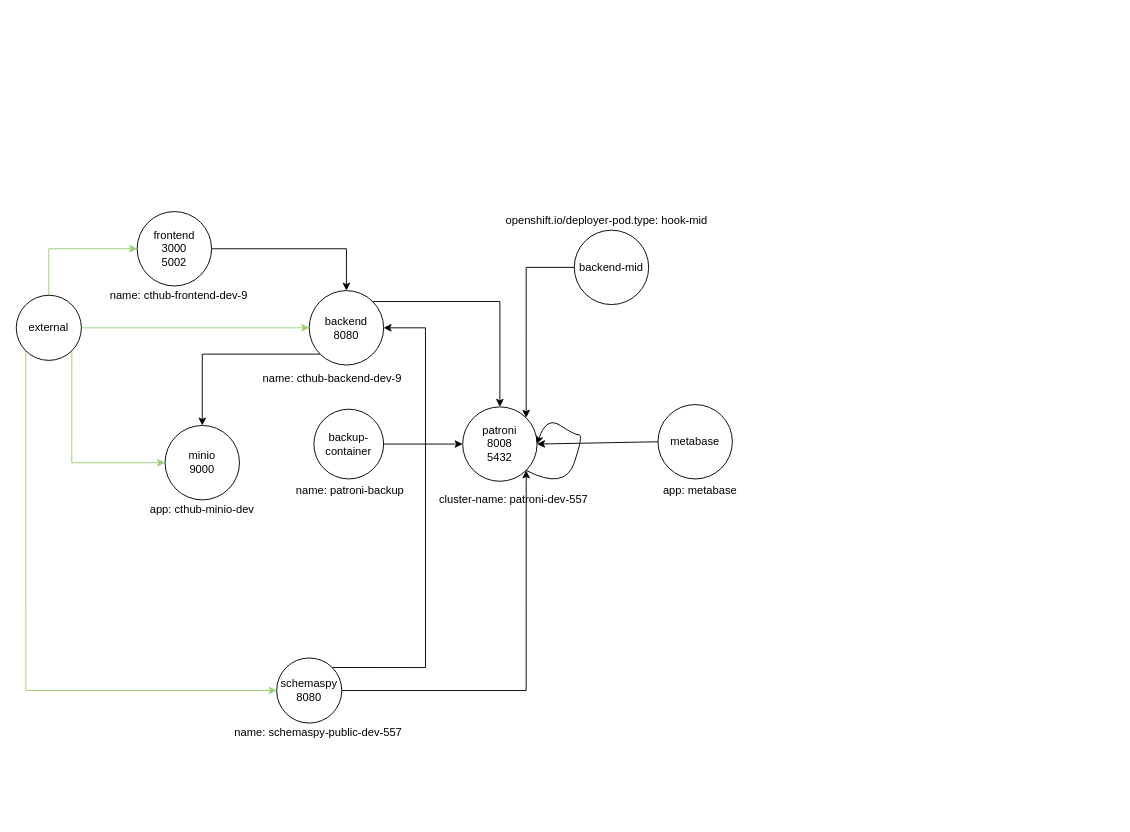
Above: openshift/templates/knp/knp-diagram.drawio in bcgov/cthub (draw.io), before the change. Source tidied: cells renumbered, new cells numbered last; positions are measured from the earlier drawing's top-left corner, leaving out a move shared by most shapes. Both pictures are drawn from the tidied source at 93%, with x=0, y=0 at pixel (16, 211).
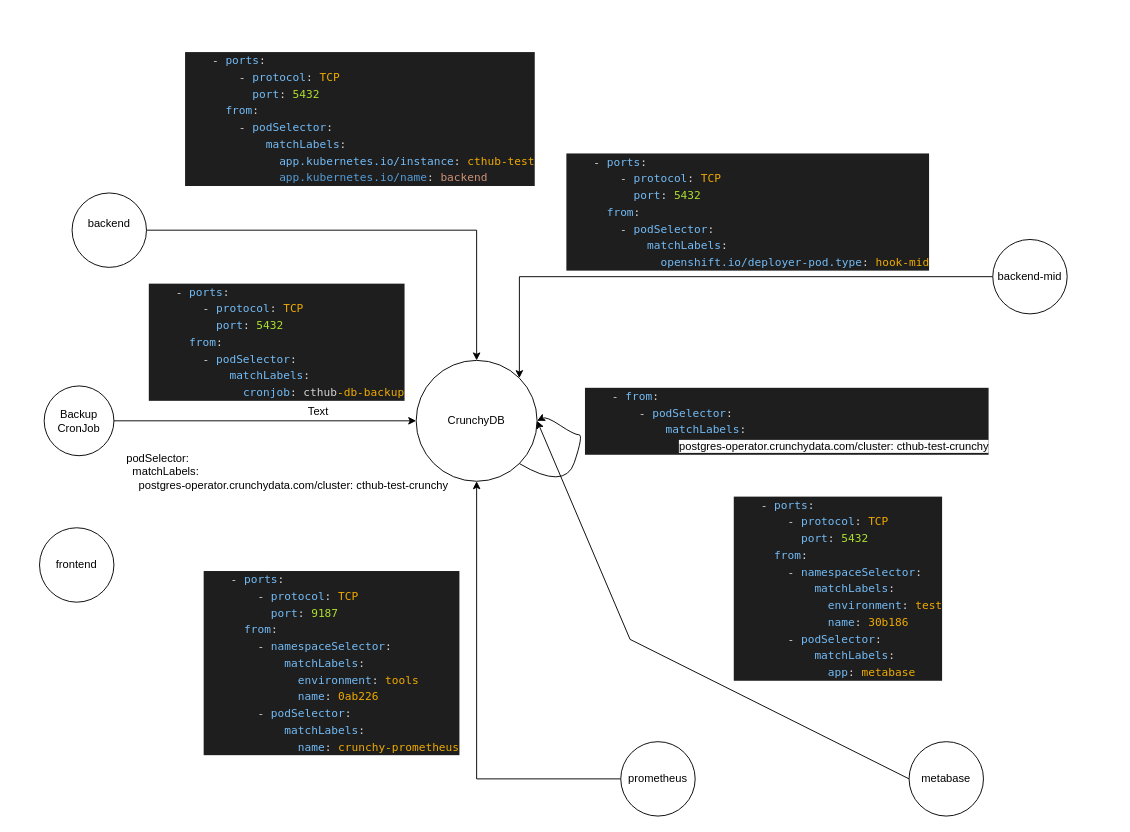
The same page after the edit.

Diff of the diagram source:
```diff
@@
-    <mxCell id="2" style="edgeStyle=orthogonalEdgeStyle;rounded=0;jettySize=auto;html=1;exitX=1;exitY=0.5;exitDx=0;exitDy=0;strokeColor=#010103;" parent="1" edge="1" source="3" target="6">
-      <mxGeometry relative="1" as="geometry" />
-    </mxCell>
-    <mxCell id="3" value="frontend&lt;br&gt;3000&lt;br&gt;5002" style="ellipse;whiteSpace=wrap;html=1;" parent="1" vertex="1">
-      <mxGeometry x="130" width="80" height="80" as="geometry" />
+    <mxCell id="3" value="frontend" style="ellipse;whiteSpace=wrap;html=1;" parent="1" vertex="1">
+      <mxGeometry x="25" y="340" width="80" height="80" as="geometry" />
     </mxCell>
-    <mxCell id="4" style="edgeStyle=orthogonalEdgeStyle;rounded=0;jettySize=auto;html=1;exitX=0;exitY=1;exitDx=0;exitDy=0;strokeColor=#010103;" parent="1" edge="1" source="6" target="11">
-      <mxGeometry relative="1" as="geometry" />
-    </mxCell>
-    <mxCell id="5" style="edgeStyle=orthogonalEdgeStyle;rounded=0;jettySize=auto;html=1;exitX=1;exitY=0;exitDx=0;exitDy=0;strokeColor=#010103;" parent="1" edge="1" source="6" target="7">
+    <mxCell id="5" style="edgeStyle=orthogonalEdgeStyle;rounded=0;jettySize=auto;html=1;exitX=1;exitY=0.5;exitDx=0;exitDy=0;strokeColor=#010103;" parent="1" edge="1" source="6" target="7">
       <mxGeometry relative="1" as="geometry" />
     </mxCell>
-    <mxCell id="6" value="backend&lt;br&gt;8080" style="ellipse;whiteSpace=wrap;html=1;" parent="1" vertex="1">
-      <mxGeometry x="315" y="85" width="80" height="80" as="geometry" />
+    <mxCell id="6" value="backend&lt;div&gt;&lt;br/&gt;&lt;/div&gt;" style="ellipse;whiteSpace=wrap;html=1;" parent="1" vertex="1">
+      <mxGeometry x="60" y="-20" width="80" height="80" as="geometry" />
     </mxCell>
-    <mxCell id="7" value="patroni&lt;br&gt;8008&lt;br&gt;5432" style="ellipse;whiteSpace=wrap;html=1;" parent="1" vertex="1">
-      <mxGeometry x="480" y="210" width="80" height="80" as="geometry" />
+    <mxCell id="7" value="CrunchyDB" style="ellipse;whiteSpace=wrap;html=1;" parent="1" vertex="1">
+      <mxGeometry x="430" y="160" width="130" height="130" as="geometry" />
     </mxCell>
@@
-    <mxCell id="9" style="edgeStyle=orthogonalEdgeStyle;rounded=0;jettySize=auto;html=1;exitX=1;exitY=0;exitDx=0;exitDy=0;entryX=1;entryY=0.5;entryDx=0;entryDy=0;" parent="1" edge="1" source="21" target="6">
-      <mxGeometry relative="1" as="geometry">
-        <Array as="points">
-          <mxPoint x="440" y="490" />
-          <mxPoint x="440" y="125" />
-        </Array>
-      </mxGeometry>
-    </mxCell>
-    <mxCell id="10" value="backup-container" style="ellipse;whiteSpace=wrap;html=1;" parent="1" vertex="1">
-      <mxGeometry x="320" y="212.5" width="75" height="75" as="geometry" />
+    <mxCell id="10" value="Backup CronJob" style="ellipse;whiteSpace=wrap;html=1;" parent="1" vertex="1">
+      <mxGeometry x="30" y="187.5" width="75" height="75" as="geometry" />
     </mxCell>
-    <mxCell id="11" value="minio&lt;br&gt;9000" style="ellipse;whiteSpace=wrap;html=1;" parent="1" vertex="1">
-      <mxGeometry x="160" y="230" width="80" height="80" as="geometry" />
-    </mxCell>
-    <mxCell id="12" style="edgeStyle=orthogonalEdgeStyle;rounded=0;jettySize=auto;html=1;entryX=0;entryY=0.5;entryDx=0;entryDy=0;strokeColor=#97D077;" parent="1" edge="1" source="16" target="6">
-      <mxGeometry relative="1" as="geometry" />
-    </mxCell>
-    <mxCell id="13" style="edgeStyle=orthogonalEdgeStyle;rounded=0;jettySize=auto;html=1;exitX=1;exitY=1;exitDx=0;exitDy=0;entryX=0;entryY=0.5;entryDx=0;entryDy=0;strokeColor=#97D077;" parent="1" edge="1" source="16" target="11">
-      <mxGeometry relative="1" as="geometry">
-        <Array as="points">
-          <mxPoint x="60" y="270" />
-        </Array>
-      </mxGeometry>
-    </mxCell>
-    <mxCell id="14" style="edgeStyle=orthogonalEdgeStyle;rounded=0;jettySize=auto;html=1;exitX=0;exitY=1;exitDx=0;exitDy=0;entryX=0;entryY=0.5;entryDx=0;entryDy=0;strokeColor=#97D077;" parent="1" edge="1" source="16" target="21">
-      <mxGeometry relative="1" as="geometry">
-        <Array as="points">
-          <mxPoint x="10" y="515" />
-        </Array>
-      </mxGeometry>
-    </mxCell>
-    <mxCell id="15" style="edgeStyle=orthogonalEdgeStyle;rounded=0;jettySize=auto;html=1;entryX=0;entryY=0.5;entryDx=0;entryDy=0;strokeColor=#97D077;" parent="1" edge="1" source="16" target="3">
-      <mxGeometry relative="1" as="geometry">
-        <Array as="points">
-          <mxPoint x="35" y="40" />
-        </Array>
-      </mxGeometry>
-    </mxCell>
-    <mxCell id="16" value="external" style="ellipse;whiteSpace=wrap;html=1;" parent="1" vertex="1">
-      <mxGeometry y="90" width="70" height="70" as="geometry" />
-    </mxCell>
@@
     <mxCell id="19" value="backend-mid" style="ellipse;whiteSpace=wrap;html=1;" parent="1" vertex="1">
-      <mxGeometry x="600" y="20" width="80" height="80" as="geometry" />
+      <mxGeometry x="1050" y="30" width="80" height="80" as="geometry" />
     </mxCell>
-    <mxCell id="20" style="edgeStyle=orthogonalEdgeStyle;rounded=0;jettySize=auto;html=1;entryX=1;entryY=1;entryDx=0;entryDy=0;strokeColor=#010103;" parent="1" edge="1" source="21" target="7">
-      <mxGeometry relative="1" as="geometry" />
-    </mxCell>
-    <mxCell id="21" value="schemaspy&lt;br&gt;8080" style="ellipse;whiteSpace=wrap;html=1;" parent="1" vertex="1">
-      <mxGeometry x="280" y="480" width="70" height="70" as="geometry" />
-    </mxCell>
-    <mxCell id="22" value="app: cthub-minio-dev" style="text;html=1;strokeColor=none;fillColor=none;align=center;verticalAlign=middle;whiteSpace=wrap;rounded=0;" parent="1" vertex="1">
-      <mxGeometry x="125" y="310" width="150" height="22.5" as="geometry" />
-    </mxCell>
-    <mxCell id="23" value="name: cthub-backend-dev-9" style="text;html=1;strokeColor=none;fillColor=none;align=center;verticalAlign=middle;whiteSpace=wrap;rounded=0;" parent="1" vertex="1">
-      <mxGeometry x="250" y="170" width="180" height="20" as="geometry" />
-    </mxCell>
-    <mxCell id="24" value="cluster-name: patroni-dev-557" style="text;html=1;strokeColor=none;fillColor=none;align=center;verticalAlign=middle;whiteSpace=wrap;rounded=0;" parent="1" vertex="1">
-      <mxGeometry x="450" y="300" width="170" height="20" as="geometry" />
-    </mxCell>
-    <mxCell id="25" value="&amp;nbsp;name: patroni-backup" style="text;html=1;strokeColor=none;fillColor=none;align=center;verticalAlign=middle;whiteSpace=wrap;rounded=0;" parent="1" vertex="1">
-      <mxGeometry x="290" y="290" width="135" height="20" as="geometry" />
-    </mxCell>
-    <mxCell id="26" value="name: schemaspy-public-dev-557" style="text;html=1;strokeColor=none;fillColor=none;align=center;verticalAlign=middle;whiteSpace=wrap;rounded=0;" parent="1" vertex="1">
-      <mxGeometry x="230" y="550" width="190" height="20" as="geometry" />
-    </mxCell>
-    <mxCell id="27" value="name: cthub-frontend-dev-9" style="text;html=1;strokeColor=none;fillColor=none;align=center;verticalAlign=middle;whiteSpace=wrap;rounded=0;" parent="1" vertex="1">
-      <mxGeometry x="90" y="80" width="170" height="20" as="geometry" />
-    </mxCell>
-    <mxCell id="28" value="openshift.io/deployer-pod.type: hook-mid" style="text;html=1;strokeColor=none;fillColor=none;align=center;verticalAlign=middle;whiteSpace=wrap;rounded=0;" parent="1" vertex="1">
-      <mxGeometry x="520" width="230" height="20" as="geometry" />
-    </mxCell>
     <mxCell id="29" value="metabase" style="ellipse;whiteSpace=wrap;html=1;" parent="1" vertex="1">
-      <mxGeometry x="690" y="207.5" width="80" height="80" as="geometry" />
+      <mxGeometry x="960" y="570" width="80" height="80" as="geometry" />
     </mxCell>
     <mxCell id="30" style="endArrow=classic;html=1;rounded=0;exitX=0;exitY=0.5;exitDx=0;exitDy=0;entryX=1;entryY=0.5;entryDx=0;entryDy=0;" parent="1" edge="1" source="29" target="7">
-      <mxGeometry relative="1" as="geometry" />
+      <mxGeometry relative="1" as="geometry">
+        <Array as="points">
+          <mxPoint x="660" y="460" />
+        </Array>
+      </mxGeometry>
     </mxCell>
-    <mxCell id="31" value="app: metabase" style="text;html=1;align=center;verticalAlign=middle;strokeColor=none;fillColor=none;" parent="1" vertex="1">
-      <mxGeometry x="690" y="290" width="90" height="20" as="geometry" />
-    </mxCell>
+    <mxCell id="32" style="edgeStyle=orthogonalEdgeStyle;rounded=0;jettySize=auto;html=1;exitX=0;exitY=0.5;exitDx=0;exitDy=0;entryX=0.5;entryY=1;entryDx=0;entryDy=0;" parent="1" edge="1" source="33" target="7">
+      <mxGeometry relative="1" as="geometry" />
+    </mxCell>
+    <mxCell id="33" value="prometheus" style="ellipse;whiteSpace=wrap;html=1;" parent="1" vertex="1">
+      <mxGeometry x="650" y="570" width="80" height="80" as="geometry" />
+    </mxCell>
+    <mxCell id="34" value="Text" style="text;html=1;align=center;verticalAlign=middle;whiteSpace=wrap;rounded=0;" parent="1" vertex="1">
+      <mxGeometry x="295" y="200" width="60" height="30" as="geometry" />
+    </mxCell>
+    <mxCell id="35" value="&lt;div style=&quot;color: rgb(212, 212, 212); background-color: rgb(30, 30, 30); font-family: Menlo, Monaco, &amp;quot;Courier New&amp;quot;, monospace; line-height: 18px; white-space: pre;&quot;&gt;&lt;div style=&quot;line-height: 18px;&quot;&gt;&lt;div style=&quot;line-height: 18px;&quot;&gt;&lt;div&gt;    - &lt;span style=&quot;color: #73bcf7;&quot;&gt;ports&lt;/span&gt;:&lt;/div&gt;&lt;div&gt;        - &lt;span style=&quot;color: #73bcf7;&quot;&gt;protocol&lt;/span&gt;: &lt;span style=&quot;color: #f0ab00;&quot;&gt;TCP&lt;/span&gt;&lt;/div&gt;&lt;div&gt;          &lt;span style=&quot;color: #73bcf7;&quot;&gt;port&lt;/span&gt;: &lt;span style=&quot;color: #ace12e;&quot;&gt;9187&lt;/span&gt;&lt;/div&gt;&lt;div&gt;      &lt;span style=&quot;color: #73bcf7;&quot;&gt;from&lt;/span&gt;:&lt;/div&gt;&lt;div&gt;        - &lt;span style=&quot;color: #73bcf7;&quot;&gt;namespaceSelector&lt;/span&gt;:&lt;/div&gt;&lt;div&gt;            &lt;span style=&quot;color: #73bcf7;&quot;&gt;matchLabels&lt;/span&gt;:&lt;/div&gt;&lt;div&gt;              &lt;span style=&quot;color: #73bcf7;&quot;&gt;environment&lt;/span&gt;: &lt;span style=&quot;color: #f0ab00;&quot;&gt;tools&lt;/span&gt;&lt;/div&gt;&lt;div&gt;              &lt;span style=&quot;color: #73bcf7;&quot;&gt;name&lt;/span&gt;: &lt;span style=&quot;color: #f0ab00;&quot;&gt;0ab226&lt;/span&gt;&lt;/div&gt;&lt;div&gt;        - &lt;span style=&quot;color: #73bcf7;&quot;&gt;podSelector&lt;/span&gt;:&lt;/div&gt;&lt;div&gt;            &lt;span style=&quot;color: #73bcf7;&quot;&gt;matchLabels&lt;/span&gt;:&lt;/div&gt;&lt;div&gt;              &lt;span style=&quot;color: #73bcf7;&quot;&gt;name&lt;/span&gt;: &lt;span style=&quot;color: #f0ab00;&quot;&gt;crunchy-prometheus&lt;/span&gt;&lt;/div&gt;&lt;/div&gt;&lt;/div&gt;&lt;/div&gt;" style="text;html=1;align=left;verticalAlign=middle;whiteSpace=wrap;rounded=0;" parent="1" vertex="1">
+      <mxGeometry x="200" y="380" width="280" height="210" as="geometry" />
+    </mxCell>
+    <mxCell id="36" value="&lt;div style=&quot;background-color: rgb(30, 30, 30); font-family: Menlo, Monaco, &amp;quot;Courier New&amp;quot;, monospace; line-height: 18px; white-space: pre;&quot;&gt;&lt;div style=&quot;color: rgb(212, 212, 212);&quot;&gt;    - &lt;span style=&quot;color: #73bcf7;&quot;&gt;ports&lt;/span&gt;:&lt;/div&gt;&lt;div style=&quot;color: rgb(212, 212, 212);&quot;&gt;        - &lt;span style=&quot;color: #73bcf7;&quot;&gt;protocol&lt;/span&gt;: &lt;span style=&quot;color: #f0ab00;&quot;&gt;TCP&lt;/span&gt;&lt;/div&gt;&lt;div style=&quot;color: rgb(212, 212, 212);&quot;&gt;          &lt;span style=&quot;color: #73bcf7;&quot;&gt;port&lt;/span&gt;: &lt;span style=&quot;color: #ace12e;&quot;&gt;5432&lt;/span&gt;&lt;/div&gt;&lt;div style=&quot;color: rgb(212, 212, 212);&quot;&gt;      &lt;span style=&quot;color: #73bcf7;&quot;&gt;from&lt;/span&gt;:&lt;/div&gt;&lt;div style=&quot;color: rgb(212, 212, 212);&quot;&gt;        - &lt;span style=&quot;color: #73bcf7;&quot;&gt;namespaceSelector&lt;/span&gt;:&lt;/div&gt;&lt;div style=&quot;color: rgb(212, 212, 212);&quot;&gt;            &lt;span style=&quot;color: #73bcf7;&quot;&gt;matchLabels&lt;/span&gt;:&lt;/div&gt;&lt;div style=&quot;&quot;&gt;&lt;font color=&quot;#d4d4d4&quot;&gt;              &lt;/font&gt;&lt;span style=&quot;color: rgb(115, 188, 247);&quot;&gt;environment&lt;/span&gt;&lt;font color=&quot;#d4d4d4&quot;&gt;: &lt;/font&gt;&lt;font color=&quot;#f0ab00&quot;&gt;test&lt;/font&gt;&lt;/div&gt;&lt;div style=&quot;color: rgb(212, 212, 212);&quot;&gt;              &lt;span style=&quot;color: #73bcf7;&quot;&gt;name&lt;/span&gt;: &lt;span style=&quot;color: #f0ab00;&quot;&gt;30b186&lt;/span&gt;&lt;/div&gt;&lt;div style=&quot;color: rgb(212, 212, 212);&quot;&gt;        - &lt;span style=&quot;color: #73bcf7;&quot;&gt;podSelector&lt;/span&gt;:&lt;/div&gt;&lt;div style=&quot;color: rgb(212, 212, 212);&quot;&gt;            &lt;span style=&quot;color: #73bcf7;&quot;&gt;matchLabels&lt;/span&gt;:&lt;/div&gt;&lt;div style=&quot;color: rgb(212, 212, 212);&quot;&gt;              &lt;span style=&quot;color: #73bcf7;&quot;&gt;app&lt;/span&gt;: &lt;span style=&quot;color: #f0ab00;&quot;&gt;metabase&lt;/span&gt;&lt;/div&gt;&lt;/div&gt;" style="text;html=1;align=left;verticalAlign=middle;whiteSpace=wrap;rounded=0;" parent="1" vertex="1">
+      <mxGeometry x="770" y="300" width="230" height="210" as="geometry" />
+    </mxCell>
+    <mxCell id="37" value="&lt;div style=&quot;color: rgb(212, 212, 212); background-color: rgb(30, 30, 30); font-family: Menlo, Monaco, &amp;quot;Courier New&amp;quot;, monospace; line-height: 18px; white-space: pre;&quot;&gt;&lt;div&gt;    - &lt;span style=&quot;color: #73bcf7;&quot;&gt;from&lt;/span&gt;:&lt;/div&gt;&lt;div&gt;        - &lt;span style=&quot;color: #73bcf7;&quot;&gt;podSelector&lt;/span&gt;:&lt;/div&gt;&lt;div&gt;            &lt;span style=&quot;color: #73bcf7;&quot;&gt;matchLabels&lt;/span&gt;:&lt;/div&gt;&lt;div&gt;              &lt;span style=&quot;background-color: rgb(251, 251, 251); color: rgb(0, 0, 0); font-family: Helvetica; white-space: normal;&quot;&gt;postgres-operator.crunchydata.com/cluster: cthub-test-crunchy&lt;/span&gt;&lt;/div&gt;&lt;/div&gt;" style="text;html=1;align=left;verticalAlign=middle;whiteSpace=wrap;rounded=0;" parent="1" vertex="1">
+      <mxGeometry x="610" y="180" width="570" height="90" as="geometry" />
+    </mxCell>
+    <mxCell id="38" value="&lt;div style=&quot;color: rgb(212, 212, 212); background-color: rgb(30, 30, 30); font-family: Menlo, Monaco, &amp;quot;Courier New&amp;quot;, monospace; line-height: 18px; white-space: pre;&quot;&gt;&lt;div&gt;    - &lt;span style=&quot;color: #73bcf7;&quot;&gt;ports&lt;/span&gt;:&lt;/div&gt;&lt;div&gt;        - &lt;span style=&quot;color: #73bcf7;&quot;&gt;protocol&lt;/span&gt;: &lt;span style=&quot;color: #f0ab00;&quot;&gt;TCP&lt;/span&gt;&lt;/div&gt;&lt;div&gt;          &lt;span style=&quot;color: #73bcf7;&quot;&gt;port&lt;/span&gt;: &lt;span style=&quot;color: #ace12e;&quot;&gt;5432&lt;/span&gt;&lt;/div&gt;&lt;div&gt;      &lt;span style=&quot;color: #73bcf7;&quot;&gt;from&lt;/span&gt;:&lt;/div&gt;&lt;div&gt;        - &lt;span style=&quot;color: #73bcf7;&quot;&gt;podSelector&lt;/span&gt;:&lt;/div&gt;&lt;div&gt;            &lt;span style=&quot;color: #73bcf7;&quot;&gt;matchLabels&lt;/span&gt;:&lt;/div&gt;&lt;div&gt;              &lt;span style=&quot;color: #73bcf7;&quot;&gt;openshift.io/deployer-pod.type&lt;/span&gt;: &lt;span style=&quot;color: #f0ab00;&quot;&gt;hook-mid&lt;/span&gt;&lt;/div&gt;&lt;/div&gt;" style="text;html=1;align=left;verticalAlign=middle;whiteSpace=wrap;rounded=0;" parent="1" vertex="1">
+      <mxGeometry x="590" y="-70" width="400" height="140" as="geometry" />
+    </mxCell>
+    <mxCell id="39" value="&lt;div style=&quot;color: rgb(212, 212, 212); background-color: rgb(30, 30, 30); font-family: Menlo, Monaco, &amp;quot;Courier New&amp;quot;, monospace; line-height: 18px; white-space: pre;&quot;&gt;&lt;div&gt;    - &lt;span style=&quot;color: #73bcf7;&quot;&gt;ports&lt;/span&gt;:&lt;/div&gt;&lt;div&gt;        - &lt;span style=&quot;color: #73bcf7;&quot;&gt;protocol&lt;/span&gt;: &lt;span style=&quot;color: #f0ab00;&quot;&gt;TCP&lt;/span&gt;&lt;/div&gt;&lt;div&gt;          &lt;span style=&quot;color: #73bcf7;&quot;&gt;port&lt;/span&gt;: &lt;span style=&quot;color: #ace12e;&quot;&gt;5432&lt;/span&gt;&lt;/div&gt;&lt;div&gt;      &lt;span style=&quot;color: #73bcf7;&quot;&gt;from&lt;/span&gt;:&lt;/div&gt;&lt;div&gt;        - &lt;span style=&quot;color: #73bcf7;&quot;&gt;podSelector&lt;/span&gt;:&lt;/div&gt;&lt;div&gt;            &lt;span style=&quot;color: #73bcf7;&quot;&gt;matchLabels&lt;/span&gt;:&lt;/div&gt;&lt;div&gt;              &lt;span style=&quot;color: rgb(115, 188, 247);&quot;&gt;app.kubernetes.io/instance&lt;/span&gt;: &lt;span style=&quot;color: rgb(240, 171, 0);&quot;&gt;cthub-test&lt;/span&gt;&lt;/div&gt;&lt;div&gt;&lt;div style=&quot;line-height: 18px;&quot;&gt;&lt;span style=&quot;color: #569cd6;&quot;&gt;              app.kubernetes.io/name&lt;/span&gt;: &lt;span style=&quot;color: #ce9178;&quot;&gt;backend&lt;/span&gt;&lt;/div&gt;&lt;/div&gt;&lt;/div&gt;" style="text;html=1;align=left;verticalAlign=middle;whiteSpace=wrap;rounded=0;" parent="1" vertex="1">
+      <mxGeometry x="180" y="-210" width="390" height="220" as="geometry" />
+    </mxCell>
+    <mxCell id="40" value="&lt;div style=&quot;color: rgb(212, 212, 212); background-color: rgb(30, 30, 30); font-family: Menlo, Monaco, &amp;quot;Courier New&amp;quot;, monospace; line-height: 18px; white-space: pre;&quot;&gt;&lt;div&gt;    - &lt;span style=&quot;color: #73bcf7;&quot;&gt;ports&lt;/span&gt;:&lt;/div&gt;&lt;div&gt;        - &lt;span style=&quot;color: #73bcf7;&quot;&gt;protocol&lt;/span&gt;: &lt;span style=&quot;color: #f0ab00;&quot;&gt;TCP&lt;/span&gt;&lt;/div&gt;&lt;div&gt;          &lt;span style=&quot;color: #73bcf7;&quot;&gt;port&lt;/span&gt;: &lt;span style=&quot;color: #ace12e;&quot;&gt;5432&lt;/span&gt;&lt;/div&gt;&lt;div&gt;      &lt;span style=&quot;color: #73bcf7;&quot;&gt;from&lt;/span&gt;:&lt;/div&gt;&lt;div&gt;        - &lt;span style=&quot;color: #73bcf7;&quot;&gt;podSelector&lt;/span&gt;:&lt;/div&gt;&lt;div&gt;            &lt;span style=&quot;color: #73bcf7;&quot;&gt;matchLabels&lt;/span&gt;:&lt;/div&gt;&lt;div&gt;              &lt;span style=&quot;color: #73bcf7;&quot;&gt;cronjob&lt;/span&gt;: cthub&lt;span style=&quot;color: #f0ab00;&quot;&gt;-db-backup&lt;/span&gt;&lt;/div&gt;&lt;/div&gt;" style="text;html=1;align=left;verticalAlign=middle;whiteSpace=wrap;rounded=0;" parent="1" vertex="1">
+      <mxGeometry x="141" y="80" width="280" height="120" as="geometry" />
+    </mxCell>
+    <mxCell id="41" value="&lt;div&gt;&amp;nbsp; podSelector:&lt;/div&gt;&lt;div&gt;&amp;nbsp; &amp;nbsp; matchLabels:&lt;/div&gt;&lt;div&gt;&amp;nbsp; &amp;nbsp; &amp;nbsp; postgres-operator.crunchydata.com/cluster: cthub-test-crunchy&lt;/div&gt;" style="text;html=1;align=left;verticalAlign=middle;whiteSpace=wrap;rounded=0;" parent="1" vertex="1">
+      <mxGeometry x="110" y="250" width="370" height="60" as="geometry" />
+    </mxCell>
```
